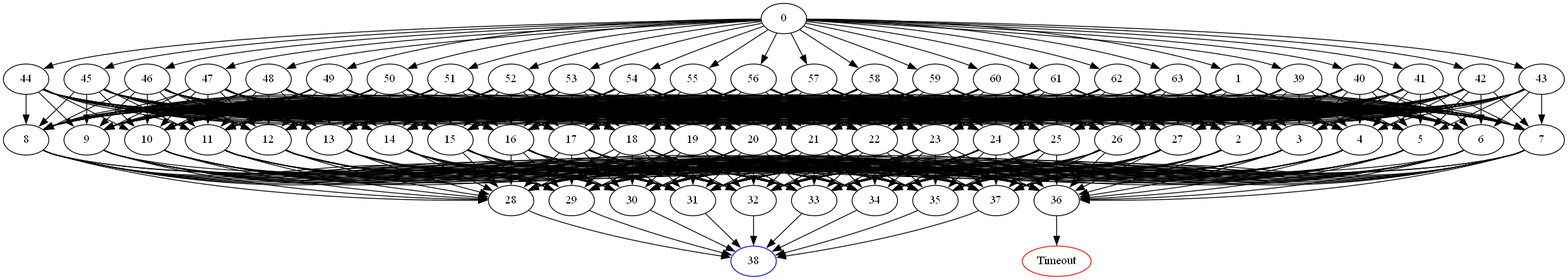
Above: DomainPicture/0igld.00498.comdirected_graph.png in Asikl/MazeMapper (Graphviz), before the change. Its source is kept beside it as DomainPicture/0igld.00498.comdirected_graph.dot.
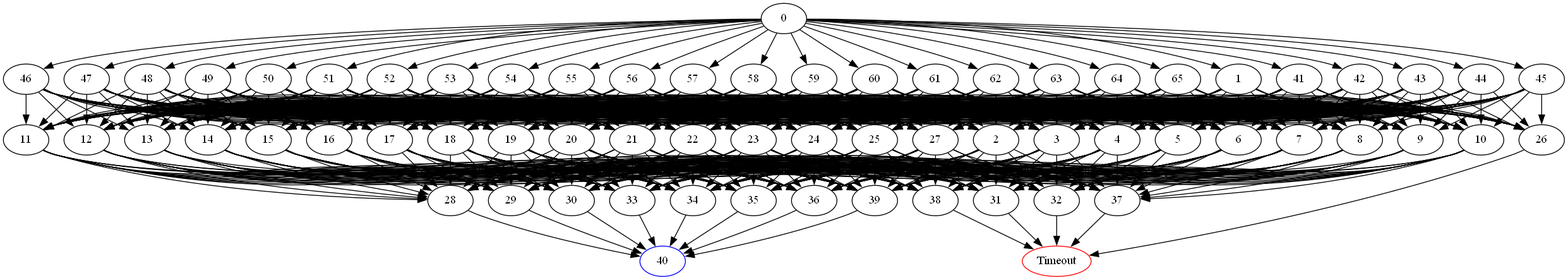
After the change.

The edit, as a diff of the source:
```diff
@@ -1,7 +1,5 @@
 digraph G {
 	0 -> 1;
-	0 -> 39;
-	0 -> 40;
 	0 -> 41;
 	0 -> 42;
 	0 -> 43;
@@ -25,6 +23,8 @@
 	0 -> 61;
 	0 -> 62;
 	0 -> 63;
+	0 -> 64;
+	0 -> 65;
 	1 -> 2;
 	1 -> 3;
 	1 -> 4;
@@ -61,6 +61,8 @@
 	2 -> 35;
 	2 -> 36;
 	2 -> 37;
+	2 -> 38;
+	2 -> 39;
 	3 -> 28;
 	3 -> 29;
 	3 -> 30;
@@ -71,6 +73,8 @@
 	3 -> 35;
 	3 -> 36;
 	3 -> 37;
+	3 -> 38;
+	3 -> 39;
 	4 -> 28;
 	4 -> 29;
 	4 -> 30;
@@ -81,6 +85,8 @@
 	4 -> 35;
 	4 -> 36;
 	4 -> 37;
+	4 -> 38;
+	4 -> 39;
 	5 -> 28;
 	5 -> 29;
 	5 -> 30;
@@ -91,6 +97,8 @@
 	5 -> 35;
 	5 -> 36;
 	5 -> 37;
+	5 -> 38;
+	5 -> 39;
 	6 -> 28;
 	6 -> 29;
 	6 -> 30;
@@ -101,6 +109,8 @@
 	6 -> 35;
 	6 -> 36;
 	6 -> 37;
+	6 -> 38;
+	6 -> 39;
 	7 -> 28;
 	7 -> 29;
 	7 -> 30;
@@ -111,6 +121,8 @@
 	7 -> 35;
 	7 -> 36;
 	7 -> 37;
+	7 -> 38;
+	7 -> 39;
 	8 -> 28;
 	8 -> 29;
 	8 -> 30;
@@ -121,6 +133,8 @@
 	8 -> 35;
 	8 -> 36;
 	8 -> 37;
+	8 -> 38;
+	8 -> 39;
 	9 -> 28;
 	9 -> 29;
 	9 -> 30;
@@ -131,6 +145,8 @@
 	9 -> 35;
 	9 -> 36;
 	9 -> 37;
+	9 -> 38;
+	9 -> 39;
 	10 -> 28;
 	10 -> 29;
 	10 -> 30;
@@ -141,6 +157,8 @@
 	10 -> 35;
 	10 -> 36;
 	10 -> 37;
+	10 -> 38;
+	10 -> 39;
 	11 -> 28;
 	11 -> 29;
 	11 -> 30;
@@ -151,6 +169,8 @@
 	11 -> 35;
 	11 -> 36;
 	11 -> 37;
+	11 -> 38;
+	11 -> 39;
 	12 -> 28;
 	12 -> 29;
 	12 -> 30;
@@ -161,6 +181,8 @@
 	12 -> 35;
 	12 -> 36;
 	12 -> 37;
+	12 -> 38;
+	12 -> 39;
 	13 -> 28;
 	13 -> 29;
 	13 -> 30;
@@ -171,6 +193,8 @@
 	13 -> 35;
 	13 -> 36;
 	13 -> 37;
+	13 -> 38;
+	13 -> 39;
 	14 -> 28;
 	14 -> 29;
 	14 -> 30;
@@ -181,6 +205,8 @@
 	14 -> 35;
 	14 -> 36;
 	14 -> 37;
+	14 -> 38;
+	14 -> 39;
 	15 -> 28;
 	15 -> 29;
 	15 -> 30;
@@ -191,6 +217,8 @@
 	15 -> 35;
 	15 -> 36;
 	15 -> 37;
+	15 -> 38;
+	15 -> 39;
 	16 -> 28;
 	16 -> 29;
 	16 -> 30;
@@ -201,6 +229,8 @@
 	16 -> 35;
 	16 -> 36;
 	16 -> 37;
+	16 -> 38;
+	16 -> 39;
 	17 -> 28;
 	17 -> 29;
 	17 -> 30;
@@ -211,6 +241,8 @@
 	17 -> 35;
 	17 -> 36;
 	17 -> 37;
+	17 -> 38;
+	17 -> 39;
 	18 -> 28;
 	18 -> 29;
 	18 -> 30;
@@ -221,6 +253,8 @@
 	18 -> 35;
 	18 -> 36;
 	18 -> 37;
+	18 -> 38;
+	18 -> 39;
 	19 -> 28;
 	19 -> 29;
 	19 -> 30;
@@ -231,6 +265,8 @@
 	19 -> 35;
 	19 -> 36;
 	19 -> 37;
+	19 -> 38;
+	19 -> 39;
 	20 -> 28;
 	20 -> 29;
 	20 -> 30;
@@ -241,6 +277,8 @@
 	20 -> 35;
 	20 -> 36;
 	20 -> 37;
+	20 -> 38;
+	20 -> 39;
 	21 -> 28;
 	21 -> 29;
 	21 -> 30;
@@ -251,6 +289,8 @@
 	21 -> 35;
 	21 -> 36;
 	21 -> 37;
+	21 -> 38;
+	21 -> 39;
 	22 -> 28;
 	22 -> 29;
 	22 -> 30;
@@ -261,6 +301,8 @@
 	22 -> 35;
 	22 -> 36;
 	22 -> 37;
+	22 -> 38;
+	22 -> 39;
 	23 -> 28;
 	23 -> 29;
 	23 -> 30;
@@ -271,6 +313,8 @@
 	23 -> 35;
 	23 -> 36;
 	23 -> 37;
+	23 -> 38;
+	23 -> 39;
 	24 -> 28;
 	24 -> 29;
 	24 -> 30;
@@ -281,6 +325,8 @@
 	24 -> 35;
 	24 -> 36;
 	24 -> 37;
+	24 -> 38;
+	24 -> 39;
 	25 -> 28;
 	25 -> 29;
 	25 -> 30;
@@ -291,16 +337,10 @@
 	25 -> 35;
 	25 -> 36;
 	25 -> 37;
-	26 -> 28;
-	26 -> 29;
-	26 -> 30;
-	26 -> 31;
-	26 -> 32;
-	26 -> 33;
-	26 -> 34;
-	26 -> 35;
-	26 -> 36;
-	26 -> 37;
+	25 -> 38;
+	25 -> 39;
+	26 -> "Timeout";
+Timeout [color=red];
 	27 -> 28;
 	27 -> 29;
 	27 -> 30;
@@ -311,78 +351,32 @@
 	27 -> 35;
 	27 -> 36;
 	27 -> 37;
-	28 -> "38";
-38 [color=blue];
-	29 -> "38";
-38 [color=blue];
-	30 -> "38";
-38 [color=blue];
-	31 -> "38";
-38 [color=blue];
-	32 -> "38";
-38 [color=blue];
-	33 -> "38";
-38 [color=blue];
-	34 -> "38";
-38 [color=blue];
-	35 -> "38";
-38 [color=blue];
-	36 -> "Timeout";
+	27 -> 38;
+	27 -> 39;
+	28 -> "40";
+40 [color=blue];
+	29 -> "40";
+40 [color=blue];
+	30 -> "40";
+40 [color=blue];
+	31 -> "Timeout";
 Timeout [color=red];
-	37 -> "38";
-38 [color=blue];
-	39 -> 2;
-	39 -> 3;
-	39 -> 4;
-	39 -> 5;
-	39 -> 6;
-	39 -> 7;
-	39 -> 8;
-	39 -> 9;
-	39 -> 10;
-	39 -> 11;
-	39 -> 12;
-	39 -> 13;
-	39 -> 14;
-	39 -> 15;
-	39 -> 16;
-	39 -> 17;
-	39 -> 18;
-	39 -> 19;
-	39 -> 20;
-	39 -> 21;
-	39 -> 22;
-	39 -> 23;
-	39 -> 24;
-	39 -> 25;
-	39 -> 26;
-	39 -> 27;
-	40 -> 2;
-	40 -> 3;
-	40 -> 4;
-	40 -> 5;
-	40 -> 6;
-	40 -> 7;
-	40 -> 8;
-	40 -> 9;
-	40 -> 10;
-	40 -> 11;
-	40 -> 12;
-	40 -> 13;
-	40 -> 14;
-	40 -> 15;
-	40 -> 16;
-	40 -> 17;
-	40 -> 18;
-	40 -> 19;
-	40 -> 20;
-	40 -> 21;
-	40 -> 22;
-	40 -> 23;
-	40 -> 24;
-	40 -> 25;
-	40 -> 26;
-	40 -> 27;
+	32 -> "Timeout";
+Timeout [color=red];
+	33 -> "40";
+40 [color=blue];
+	34 -> "40";
+40 [color=blue];
+	35 -> "40";
+40 [color=blue];
+	36 -> "40";
+40 [color=blue];
+	37 -> "Timeout";
+Timeout [color=red];
+	38 -> "Timeout";
+Timeout [color=red];
+	39 -> "40";
+40 [color=blue];
 	41 -> 2;
 	41 -> 3;
 	41 -> 4;
@@ -981,4 +975,56 @@
 	63 -> 25;
 	63 -> 26;
 	63 -> 27;
+	64 -> 2;
+	64 -> 3;
+	64 -> 4;
+	64 -> 5;
+	64 -> 6;
+	64 -> 7;
+	64 -> 8;
+	64 -> 9;
+	64 -> 10;
+	64 -> 11;
+	64 -> 12;
+	64 -> 13;
+	64 -> 14;
+	64 -> 15;
+	64 -> 16;
+	64 -> 17;
+	64 -> 18;
+	64 -> 19;
+	64 -> 20;
+	64 -> 21;
+	64 -> 22;
+	64 -> 23;
+	64 -> 24;
+	64 -> 25;
+	64 -> 26;
+	64 -> 27;
+	65 -> 2;
+	65 -> 3;
+	65 -> 4;
+	65 -> 5;
+	65 -> 6;
+	65 -> 7;
+	65 -> 8;
+	65 -> 9;
+	65 -> 10;
+	65 -> 11;
+	65 -> 12;
+	65 -> 13;
+	65 -> 14;
+	65 -> 15;
+	65 -> 16;
+	65 -> 17;
+	65 -> 18;
+	65 -> 19;
+	65 -> 20;
+	65 -> 21;
+	65 -> 22;
+	65 -> 23;
+	65 -> 24;
+	65 -> 25;
+	65 -> 26;
+	65 -> 27;
 }
```
